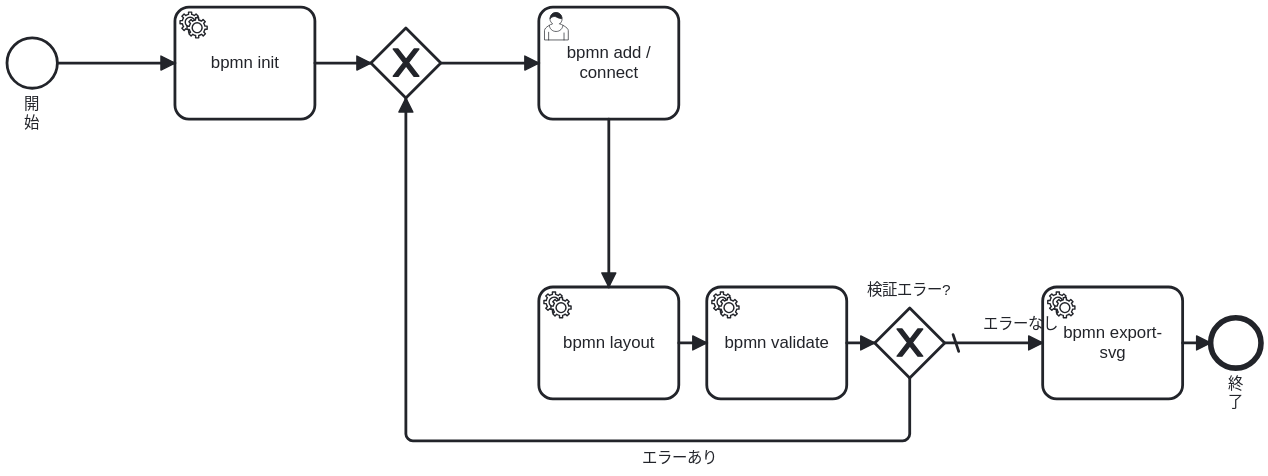
f4ah6o/bpmn-cli keeps this BPMN diagram as docs/bpmn-cli-workflow.svg. Above is the earlier version. Its source is kept beside it as docs/bpmn-cli-workflow.bpmn. Ids are renumbered.
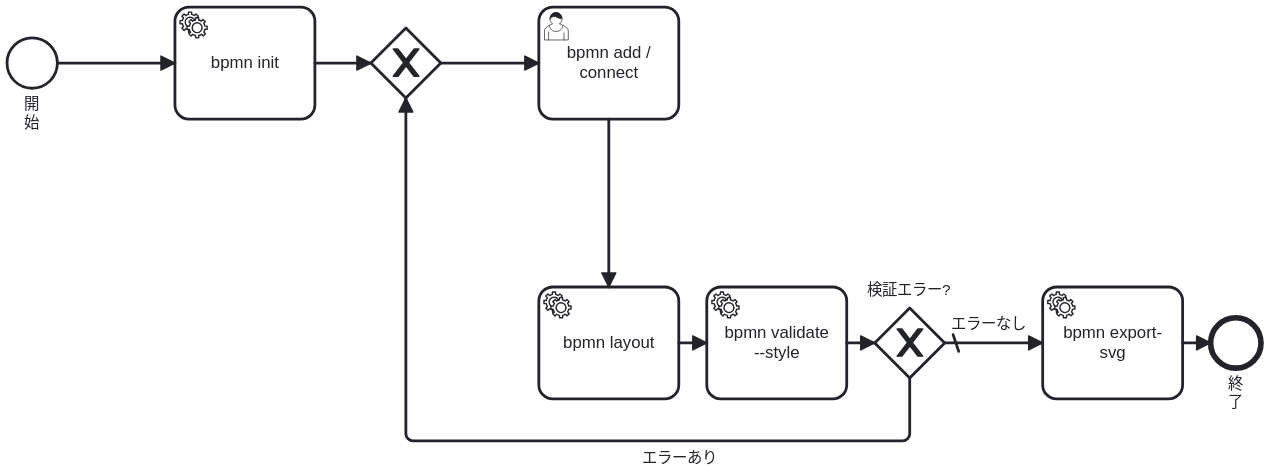
The same file after the commit.

Commit message:
docs: update README BPMN workflow for style validation

What changed in the source:
```diff
@@ -15,7 +15,7 @@
       <bpmn:incoming>Flow_4</bpmn:incoming>
       <bpmn:outgoing>Flow_5</bpmn:outgoing>
     </bpmn:serviceTask>
-    <bpmn:serviceTask id="Task_Validate" name="bpmn validate">
+    <bpmn:serviceTask id="Task_Validate" name="bpmn validate --style">
       <bpmn:incoming>Flow_5</bpmn:incoming>
       <bpmn:outgoing>Flow_6</bpmn:outgoing>
     </bpmn:serviceTask>
@@ -36,98 +36,98 @@
     <bpmn:endEvent id="End" name="終了">
       <bpmn:incoming>Flow_9</bpmn:incoming>
     </bpmn:endEvent>
-    <bpmn:sequenceFlow id="Flow_1" sourceRef="Start" targetRef="Task_Init"/>
-    <bpmn:sequenceFlow id="Flow_2" sourceRef="Task_Init" targetRef="Gateway_Edit"/>
-    <bpmn:sequenceFlow id="Flow_3" sourceRef="Gateway_Edit" targetRef="Task_Edit"/>
-    <bpmn:sequenceFlow id="Flow_4" sourceRef="Task_Edit" targetRef="Task_Layout"/>
-    <bpmn:sequenceFlow id="Flow_5" sourceRef="Task_Layout" targetRef="Task_Validate"/>
-    <bpmn:sequenceFlow id="Flow_6" sourceRef="Task_Validate" targetRef="Gateway_Errors"/>
+    <bpmn:sequenceFlow id="Flow_1" sourceRef="Start" targetRef="Task_Init" />
+    <bpmn:sequenceFlow id="Flow_2" sourceRef="Task_Init" targetRef="Gateway_Edit" />
+    <bpmn:sequenceFlow id="Flow_3" sourceRef="Gateway_Edit" targetRef="Task_Edit" />
+    <bpmn:sequenceFlow id="Flow_4" sourceRef="Task_Edit" targetRef="Task_Layout" />
+    <bpmn:sequenceFlow id="Flow_5" sourceRef="Task_Layout" targetRef="Task_Validate" />
+    <bpmn:sequenceFlow id="Flow_6" sourceRef="Task_Validate" targetRef="Gateway_Errors" />
     <bpmn:sequenceFlow id="Flow_7" name="エラーあり" sourceRef="Gateway_Errors" targetRef="Gateway_Edit">
       <bpmn:conditionExpression xsi:type="bpmn:tFormalExpression">error</bpmn:conditionExpression>
     </bpmn:sequenceFlow>
-    <bpmn:sequenceFlow id="Flow_8" name="エラーなし" sourceRef="Gateway_Errors" targetRef="Task_Export"/>
-    <bpmn:sequenceFlow id="Flow_9" sourceRef="Task_Export" targetRef="End"/>
+    <bpmn:sequenceFlow id="Flow_8" name="エラーなし" sourceRef="Gateway_Errors" targetRef="Task_Export" />
+    <bpmn:sequenceFlow id="Flow_9" sourceRef="Task_Export" targetRef="End" />
   </bpmn:process>
   <bpmndi:BPMNDiagram id="BPMNDiagram_Process_BpmnCli">
     <bpmndi:BPMNPlane id="BPMNPlane_Process_BpmnCli" bpmnElement="Process_BpmnCli">
       <bpmndi:BPMNShape id="BPMNShape_Start" bpmnElement="Start">
-        <dc:Bounds x="80" y="102" width="36" height="36"/>
+        <dc:Bounds x="80" y="102" width="36" height="36" />
         <bpmndi:BPMNLabel>
-          <dc:Bounds x="89" y="143" width="18" height="14"/>
+          <dc:Bounds x="89" y="143" width="18" height="14" />
         </bpmndi:BPMNLabel>
       </bpmndi:BPMNShape>
       <bpmndi:BPMNShape id="BPMNShape_Task_Init" bpmnElement="Task_Init">
-        <dc:Bounds x="200" y="80" width="100" height="80"/>
+        <dc:Bounds x="200" y="80" width="100" height="80" />
       </bpmndi:BPMNShape>
       <bpmndi:BPMNShape id="BPMNShape_Task_Edit" bpmnElement="Task_Edit">
-        <dc:Bounds x="460" y="80" width="100" height="80"/>
+        <dc:Bounds x="460" y="80" width="100" height="80" />
       </bpmndi:BPMNShape>
       <bpmndi:BPMNShape id="BPMNShape_Task_Layout" bpmnElement="Task_Layout">
-        <dc:Bounds x="460" y="280" width="100" height="80"/>
+        <dc:Bounds x="460" y="280" width="100" height="80" />
       </bpmndi:BPMNShape>
       <bpmndi:BPMNShape id="BPMNShape_Task_Validate" bpmnElement="Task_Validate">
-        <dc:Bounds x="580" y="280" width="100" height="80"/>
+        <dc:Bounds x="580" y="280" width="100" height="80" />
       </bpmndi:BPMNShape>
       <bpmndi:BPMNShape id="BPMNShape_Gateway_Edit" bpmnElement="Gateway_Edit" isMarkerVisible="true">
-        <dc:Bounds x="340" y="95" width="50" height="50"/>
+        <dc:Bounds x="340" y="95" width="50" height="50" />
       </bpmndi:BPMNShape>
       <bpmndi:BPMNShape id="BPMNShape_Gateway_Errors" bpmnElement="Gateway_Errors" isMarkerVisible="true">
-        <dc:Bounds x="700" y="295" width="50" height="50"/>
+        <dc:Bounds x="700" y="295" width="50" height="50" />
         <bpmndi:BPMNLabel>
-          <dc:Bounds x="689" y="276" width="72" height="14"/>
+          <dc:Bounds x="689" y="276" width="72" height="14" />
         </bpmndi:BPMNLabel>
       </bpmndi:BPMNShape>
       <bpmndi:BPMNShape id="BPMNShape_Task_Export" bpmnElement="Task_Export">
-        <dc:Bounds x="820" y="280" width="100" height="80"/>
+        <dc:Bounds x="820" y="280" width="100" height="80" />
       </bpmndi:BPMNShape>
       <bpmndi:BPMNShape id="BPMNShape_End" bpmnElement="End">
-        <dc:Bounds x="940" y="302" width="36" height="36"/>
+        <dc:Bounds x="940" y="302" width="36" height="36" />
         <bpmndi:BPMNLabel>
-          <dc:Bounds x="949" y="343" width="18" height="14"/>
+          <dc:Bounds x="949" y="343" width="18" height="14" />
         </bpmndi:BPMNLabel>
       </bpmndi:BPMNShape>
       <bpmndi:BPMNEdge id="BPMNEdge_Flow_1" bpmnElement="Flow_1">
-
-
-      <di:waypoint x="116" y="120"/><di:waypoint x="200" y="120"/></bpmndi:BPMNEdge>
+        <di:waypoint x="116" y="120" />
+        <di:waypoint x="200" y="120" />
+      </bpmndi:BPMNEdge>
       <bpmndi:BPMNEdge id="BPMNEdge_Flow_2" bpmnElement="Flow_2">
-
-
-      <di:waypoint x="300" y="120"/><di:waypoint x="340" y="120"/></bpmndi:BPMNEdge>
+        <di:waypoint x="300" y="120" />
+        <di:waypoint x="340" y="120" />
+      </bpmndi:BPMNEdge>
       <bpmndi:BPMNEdge id="BPMNEdge_Flow_3" bpmnElement="Flow_3">
-
-
-      <di:waypoint x="390" y="120"/><di:waypoint x="460" y="120"/></bpmndi:BPMNEdge>
+        <di:waypoint x="390" y="120" />
+        <di:waypoint x="460" y="120" />
+      </bpmndi:BPMNEdge>
       <bpmndi:BPMNEdge id="BPMNEdge_Flow_4" bpmnElement="Flow_4">
-
-
-      <di:waypoint x="510" y="160"/><di:waypoint x="510" y="280"/></bpmndi:BPMNEdge>
+        <di:waypoint x="510" y="160" />
+        <di:waypoint x="510" y="280" />
+      </bpmndi:BPMNEdge>
       <bpmndi:BPMNEdge id="BPMNEdge_Flow_5" bpmnElement="Flow_5">
-
-
-      <di:waypoint x="560" y="320"/><di:waypoint x="580" y="320"/></bpmndi:BPMNEdge>
+        <di:waypoint x="560" y="320" />
+        <di:waypoint x="580" y="320" />
+      </bpmndi:BPMNEdge>
       <bpmndi:BPMNEdge id="BPMNEdge_Flow_6" bpmnElement="Flow_6">
-
-
-      <di:waypoint x="680" y="320"/><di:waypoint x="700" y="320"/></bpmndi:BPMNEdge>
+        <di:waypoint x="680" y="320" />
+        <di:waypoint x="700" y="320" />
+      </bpmndi:BPMNEdge>
       <bpmndi:BPMNEdge id="BPMNEdge_Flow_8" bpmnElement="Flow_8">
-
-
-        <di:waypoint x="750" y="320"/><di:waypoint x="820" y="320"/><bpmndi:BPMNLabel>
-          <dc:Bounds x="775" y="300" width="60" height="14"/>
+        <di:waypoint x="750" y="320" />
+        <di:waypoint x="820" y="320" />
+        <bpmndi:BPMNLabel>
+          <dc:Bounds x="752" y="300" width="60" height="14" />
         </bpmndi:BPMNLabel>
       </bpmndi:BPMNEdge>
       <bpmndi:BPMNEdge id="BPMNEdge_Flow_9" bpmnElement="Flow_9">
-
-
-      <di:waypoint x="920" y="320"/><di:waypoint x="940" y="320"/></bpmndi:BPMNEdge>
+        <di:waypoint x="920" y="320" />
+        <di:waypoint x="940" y="320" />
+      </bpmndi:BPMNEdge>
       <bpmndi:BPMNEdge id="BPMNEdge_Flow_7" bpmnElement="Flow_7">
-
-
-
-
-        <di:waypoint x="725" y="345"/><di:waypoint x="725" y="390"/><di:waypoint x="365" y="390"/><di:waypoint x="365" y="145"/><bpmndi:BPMNLabel>
-          <dc:Bounds x="525" y="396" width="72" height="14"/>
+        <di:waypoint x="725" y="345" />
+        <di:waypoint x="725" y="390" />
+        <di:waypoint x="365" y="390" />
+        <di:waypoint x="365" y="145" />
+        <bpmndi:BPMNLabel>
+          <dc:Bounds x="525" y="396" width="72" height="14" />
         </bpmndi:BPMNLabel>
       </bpmndi:BPMNEdge>
     </bpmndi:BPMNPlane>
```
